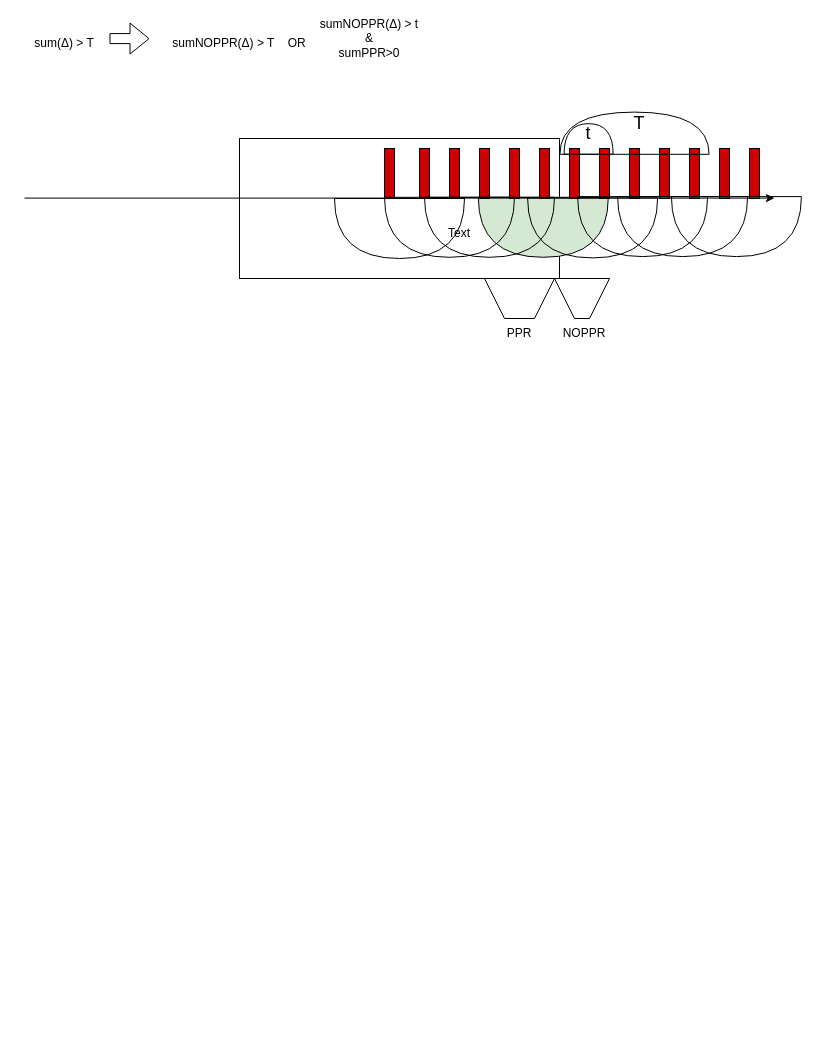
Before: page "Страница 3" (3 of 3) of PPR-NOPPR.drawio in qqmax7/test, a draw.io diagram. Source tidied: cells renumbered, new cells numbered last; positions are measured from the earlier drawing's top-left corner, leaving out a move shared by most shapes. Both pictures are drawn from the tidied source at 100%, with x=0, y=0 at pixel (19, 23).
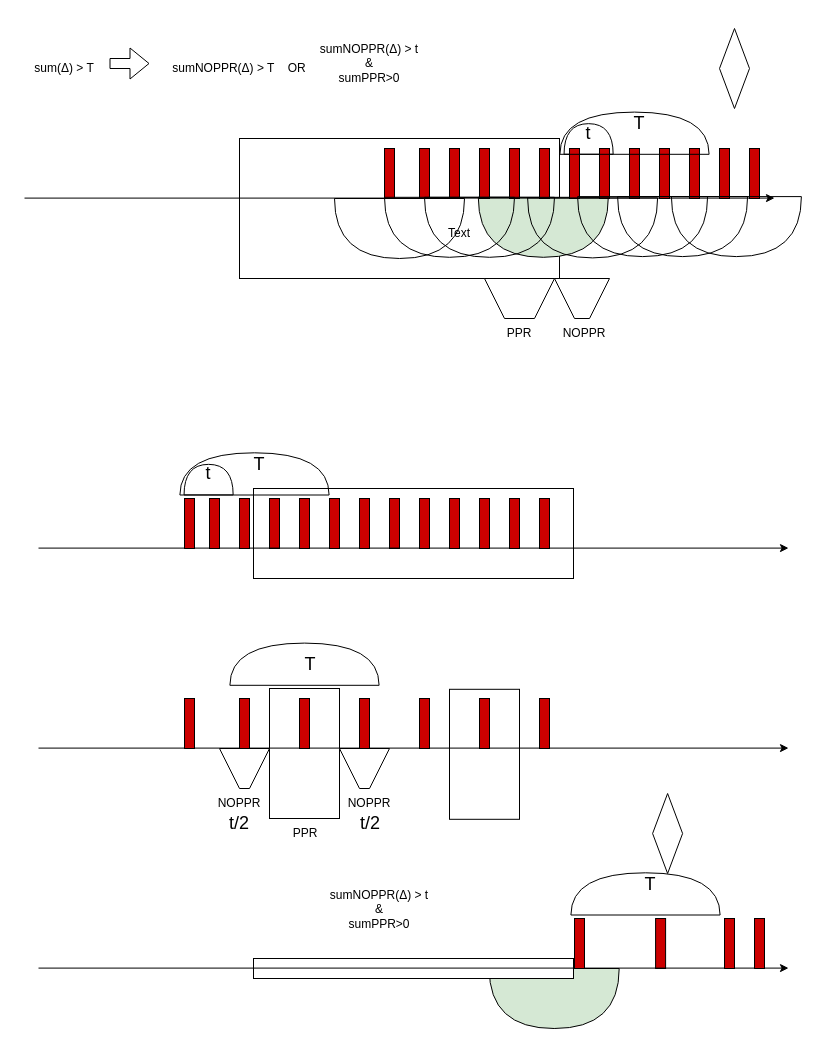
Above is the later version.

Diff of the diagram source:
```diff
@@
+    <mxCell id="38" style="rounded=0;whiteSpace=wrap;html=1;" parent="1" vertex="1">
+      <mxGeometry x="430" y="665.8" width="70" height="130" as="geometry" />
+    </mxCell>
+    <mxCell id="39" style="shape=or;whiteSpace=wrap;html=1;rotation=90;fillColor=#D5E8D4;" parent="1" vertex="1">
+      <mxGeometry x="504.7" y="910" width="60" height="130" as="geometry" />
+    </mxCell>
+    <mxCell id="40" style="rounded=0;whiteSpace=wrap;html=1;" parent="1" vertex="1">
+      <mxGeometry x="250" y="665" width="70" height="130" as="geometry" />
+    </mxCell>
+    <mxCell id="41" style="rounded=0;whiteSpace=wrap;html=1;" parent="1" vertex="1">
+      <mxGeometry x="234" y="465" width="320" height="90" as="geometry" />
+    </mxCell>
@@
     <mxCell id="21" value="sum(Δ) &amp;gt; T" style="text;html=1;strokeColor=none;fillColor=none;align=center;verticalAlign=middle;whiteSpace=wrap;rounded=0;" parent="1" vertex="1">
-      <mxGeometry y="5.1" width="90" height="30" as="geometry" />
+      <mxGeometry y="30" width="90" height="30" as="geometry" />
     </mxCell>
     <mxCell id="22" style="shape=flexArrow;endArrow=classic;html=1;rounded=0;" parent="1" edge="1">
       <mxGeometry relative="1" as="geometry">
-        <mxPoint x="90" y="15.1" as="sourcePoint" />
-        <mxPoint x="130" y="15.1" as="targetPoint" />
+        <mxPoint x="90" y="40" as="sourcePoint" />
+        <mxPoint x="130" y="40" as="targetPoint" />
       </mxGeometry>
     </mxCell>
     <mxCell id="23" value="sumNOPPR(Δ) &amp;gt; t&lt;br&gt;&amp;amp;&lt;br&gt;sumPPR&amp;gt;0" style="text;html=1;strokeColor=none;fillColor=none;align=center;verticalAlign=middle;whiteSpace=wrap;rounded=0;" parent="1" vertex="1">
-      <mxGeometry x="270" y="0.1" width="160" height="30" as="geometry" />
+      <mxGeometry x="270" y="25" width="160" height="30" as="geometry" />
     </mxCell>
     <mxCell id="24" value="sumNOPPR(Δ) &amp;gt; T&amp;nbsp;&amp;nbsp;&amp;nbsp; OR" style="text;html=1;strokeColor=none;fillColor=none;align=center;verticalAlign=middle;whiteSpace=wrap;rounded=0;" parent="1" vertex="1">
-      <mxGeometry x="140" y="5.1" width="160" height="30" as="geometry" />
+      <mxGeometry x="140" y="30" width="160" height="30" as="geometry" />
     </mxCell>
@@
+    <mxCell id="42" style="rounded=0;whiteSpace=wrap;html=1;fillColor=#CC0000;" parent="1" vertex="1">
+      <mxGeometry x="370" y="475" width="10" height="50" as="geometry" />
+    </mxCell>
+    <mxCell id="43" style="rounded=0;whiteSpace=wrap;html=1;fillColor=#CC0000;" parent="1" vertex="1">
+      <mxGeometry x="250" y="475" width="10" height="50" as="geometry" />
+    </mxCell>
+    <mxCell id="44" style="endArrow=classic;html=1;rounded=0;" parent="1" edge="1">
+      <mxGeometry relative="1" as="geometry">
+        <mxPoint x="19" y="524.6" as="sourcePoint" />
+        <mxPoint x="769" y="524.6" as="targetPoint" />
+      </mxGeometry>
+    </mxCell>
+    <mxCell id="45" style="rounded=0;whiteSpace=wrap;html=1;fillColor=#CC0000;" parent="1" vertex="1">
+      <mxGeometry x="165" y="475" width="10" height="50" as="geometry" />
+    </mxCell>
+    <mxCell id="46" style="rounded=0;whiteSpace=wrap;html=1;fillColor=#CC0000;" parent="1" vertex="1">
+      <mxGeometry x="190" y="475" width="10" height="50" as="geometry" />
+    </mxCell>
+    <mxCell id="47" style="rounded=0;whiteSpace=wrap;html=1;fillColor=#CC0000;" parent="1" vertex="1">
+      <mxGeometry x="220" y="475" width="10" height="50" as="geometry" />
+    </mxCell>
+    <mxCell id="48" style="rounded=0;whiteSpace=wrap;html=1;fillColor=#CC0000;" parent="1" vertex="1">
+      <mxGeometry x="280" y="475" width="10" height="50" as="geometry" />
+    </mxCell>
+    <mxCell id="49" style="rounded=0;whiteSpace=wrap;html=1;fillColor=#CC0000;" parent="1" vertex="1">
+      <mxGeometry x="310" y="475" width="10" height="50" as="geometry" />
+    </mxCell>
+    <mxCell id="50" style="rounded=0;whiteSpace=wrap;html=1;fillColor=#CC0000;" parent="1" vertex="1">
+      <mxGeometry x="340" y="475" width="10" height="50" as="geometry" />
+    </mxCell>
+    <mxCell id="51" style="rounded=0;whiteSpace=wrap;html=1;fillColor=#CC0000;" parent="1" vertex="1">
+      <mxGeometry x="400" y="475" width="10" height="50" as="geometry" />
+    </mxCell>
+    <mxCell id="52" style="rounded=0;whiteSpace=wrap;html=1;fillColor=#CC0000;" parent="1" vertex="1">
+      <mxGeometry x="430" y="475" width="10" height="50" as="geometry" />
+    </mxCell>
+    <mxCell id="53" style="rounded=0;whiteSpace=wrap;html=1;fillColor=#CC0000;" parent="1" vertex="1">
+      <mxGeometry x="460" y="475" width="10" height="50" as="geometry" />
+    </mxCell>
+    <mxCell id="54" style="rounded=0;whiteSpace=wrap;html=1;fillColor=#CC0000;" parent="1" vertex="1">
+      <mxGeometry x="490" y="475" width="10" height="50" as="geometry" />
+    </mxCell>
+    <mxCell id="55" style="rounded=0;whiteSpace=wrap;html=1;fillColor=#CC0000;" parent="1" vertex="1">
+      <mxGeometry x="520" y="475" width="10" height="50" as="geometry" />
+    </mxCell>
+    <mxCell id="56" style="endArrow=classic;html=1;rounded=0;" parent="1" edge="1">
+      <mxGeometry relative="1" as="geometry">
+        <mxPoint x="19" y="724.6" as="sourcePoint" />
+        <mxPoint x="769" y="724.6" as="targetPoint" />
+      </mxGeometry>
+    </mxCell>
+    <mxCell id="57" style="rounded=0;whiteSpace=wrap;html=1;fillColor=#CC0000;" parent="1" vertex="1">
+      <mxGeometry x="165" y="675" width="10" height="50" as="geometry" />
+    </mxCell>
+    <mxCell id="58" style="rounded=0;whiteSpace=wrap;html=1;fillColor=#CC0000;" parent="1" vertex="1">
+      <mxGeometry x="220" y="675" width="10" height="50" as="geometry" />
+    </mxCell>
+    <mxCell id="59" style="rounded=0;whiteSpace=wrap;html=1;fillColor=#CC0000;" parent="1" vertex="1">
+      <mxGeometry x="280" y="675" width="10" height="50" as="geometry" />
+    </mxCell>
+    <mxCell id="60" style="rounded=0;whiteSpace=wrap;html=1;fillColor=#CC0000;" parent="1" vertex="1">
+      <mxGeometry x="340" y="675" width="10" height="50" as="geometry" />
+    </mxCell>
+    <mxCell id="61" style="rounded=0;whiteSpace=wrap;html=1;fillColor=#CC0000;" parent="1" vertex="1">
+      <mxGeometry x="400" y="675" width="10" height="50" as="geometry" />
+    </mxCell>
+    <mxCell id="62" style="rounded=0;whiteSpace=wrap;html=1;fillColor=#CC0000;" parent="1" vertex="1">
+      <mxGeometry x="460" y="675" width="10" height="50" as="geometry" />
+    </mxCell>
+    <mxCell id="63" style="rounded=0;whiteSpace=wrap;html=1;fillColor=#CC0000;" parent="1" vertex="1">
+      <mxGeometry x="520" y="675" width="10" height="50" as="geometry" />
+    </mxCell>
+    <mxCell id="64" value="&lt;font style=&quot;font-size: 18px;&quot;&gt;t/2&lt;/font&gt;" style="text;html=1;strokeColor=none;fillColor=none;align=center;verticalAlign=middle;whiteSpace=wrap;rounded=0;" parent="1" vertex="1">
+      <mxGeometry x="190" y="785" width="60" height="30" as="geometry" />
+    </mxCell>
+    <mxCell id="65" value="&lt;font style=&quot;font-size: 18px;&quot;&gt;t/2&lt;/font&gt;" style="text;html=1;strokeColor=none;fillColor=none;align=center;verticalAlign=middle;whiteSpace=wrap;rounded=0;" parent="1" vertex="1">
+      <mxGeometry x="320.9" y="785" width="60" height="30" as="geometry" />
+    </mxCell>
+    <mxCell id="66" style="rounded=0;whiteSpace=wrap;html=1;" parent="1" vertex="1">
+      <mxGeometry x="234" y="935" width="320" height="20" as="geometry" />
+    </mxCell>
+    <mxCell id="67" style="rounded=0;whiteSpace=wrap;html=1;fillColor=#CC0000;" parent="1" vertex="1">
+      <mxGeometry x="636.1" y="895" width="10" height="50" as="geometry" />
+    </mxCell>
+    <mxCell id="68" style="endArrow=classic;html=1;rounded=0;" parent="1" edge="1">
+      <mxGeometry relative="1" as="geometry">
+        <mxPoint x="19" y="944.6" as="sourcePoint" />
+        <mxPoint x="769" y="944.6" as="targetPoint" />
+      </mxGeometry>
+    </mxCell>
+    <mxCell id="69" style="rounded=0;whiteSpace=wrap;html=1;fillColor=#CC0000;" parent="1" vertex="1">
+      <mxGeometry x="555" y="895" width="10" height="50" as="geometry" />
+    </mxCell>
+    <mxCell id="70" style="rounded=0;whiteSpace=wrap;html=1;fillColor=#CC0000;" parent="1" vertex="1">
+      <mxGeometry x="705" y="895" width="10" height="50" as="geometry" />
+    </mxCell>
+    <mxCell id="71" style="rounded=0;whiteSpace=wrap;html=1;fillColor=#CC0000;" parent="1" vertex="1">
+      <mxGeometry x="735" y="895" width="10" height="50" as="geometry" />
+    </mxCell>
+    <mxCell id="72" style="shape=or;whiteSpace=wrap;html=1;rotation=-90;fillColor=none;" parent="1" vertex="1">
+      <mxGeometry x="173.8" y="431.6" width="30.6" height="49.1" as="geometry" />
+    </mxCell>
+    <mxCell id="73" value="&lt;font style=&quot;font-size: 18px;&quot;&gt;t&lt;/font&gt;" style="text;html=1;strokeColor=none;fillColor=none;align=center;verticalAlign=middle;whiteSpace=wrap;rounded=0;" parent="1" vertex="1">
+      <mxGeometry x="159.1" y="435.4" width="60" height="30" as="geometry" />
+    </mxCell>
+    <mxCell id="74" value="&lt;font style=&quot;font-size: 18px;&quot;&gt;T&lt;/font&gt;" style="text;html=1;strokeColor=none;fillColor=none;align=center;verticalAlign=middle;whiteSpace=wrap;rounded=0;" parent="1" vertex="1">
+      <mxGeometry x="210" y="425.7" width="60" height="30" as="geometry" />
+    </mxCell>
+    <mxCell id="75" style="shape=or;whiteSpace=wrap;html=1;rotation=-90;fillColor=none;" parent="1" vertex="1">
+      <mxGeometry x="213.9" y="375.8" width="42.2" height="149.2" as="geometry" />
+    </mxCell>
+    <mxCell id="76" value="&lt;font style=&quot;font-size: 18px;&quot;&gt;T&lt;/font&gt;" style="text;html=1;strokeColor=none;fillColor=none;align=center;verticalAlign=middle;whiteSpace=wrap;rounded=0;" parent="1" vertex="1">
+      <mxGeometry x="260.9" y="625.7" width="60" height="30" as="geometry" />
+    </mxCell>
+    <mxCell id="77" style="shape=or;whiteSpace=wrap;html=1;rotation=-90;fillColor=none;" parent="1" vertex="1">
+      <mxGeometry x="263.9" y="566.1" width="42.2" height="149.2" as="geometry" />
+    </mxCell>
+    <mxCell id="78" style="shape=trapezoid;perimeter=trapezoidPerimeter;whiteSpace=wrap;html=1;fixedSize=1;rotation=-180;" parent="1" vertex="1">
+      <mxGeometry x="200" y="725" width="50" height="40" as="geometry" />
+    </mxCell>
+    <mxCell id="79" style="shape=trapezoid;perimeter=trapezoidPerimeter;whiteSpace=wrap;html=1;fixedSize=1;rotation=-180;" parent="1" vertex="1">
+      <mxGeometry x="320" y="725" width="50" height="40" as="geometry" />
+    </mxCell>
+    <mxCell id="80" value="NOPPR" style="text;html=1;strokeColor=none;fillColor=none;align=center;verticalAlign=middle;whiteSpace=wrap;rounded=0;" parent="1" vertex="1">
+      <mxGeometry x="320" y="765" width="60" height="30" as="geometry" />
+    </mxCell>
+    <mxCell id="81" value="PPR" style="text;html=1;strokeColor=none;fillColor=none;align=center;verticalAlign=middle;whiteSpace=wrap;rounded=0;" parent="1" vertex="1">
+      <mxGeometry x="256.1" y="795" width="60" height="30" as="geometry" />
+    </mxCell>
+    <mxCell id="82" value="NOPPR" style="text;html=1;strokeColor=none;fillColor=none;align=center;verticalAlign=middle;whiteSpace=wrap;rounded=0;" parent="1" vertex="1">
+      <mxGeometry x="190" y="765" width="60" height="30" as="geometry" />
+    </mxCell>
+    <mxCell id="83" value="&lt;font style=&quot;font-size: 18px;&quot;&gt;T&lt;/font&gt;" style="text;html=1;strokeColor=none;fillColor=none;align=center;verticalAlign=middle;whiteSpace=wrap;rounded=0;" parent="1" vertex="1">
+      <mxGeometry x="600.9" y="845.7" width="60" height="30" as="geometry" />
+    </mxCell>
+    <mxCell id="84" style="shape=or;whiteSpace=wrap;html=1;rotation=-90;fillColor=none;" parent="1" vertex="1">
+      <mxGeometry x="604.9" y="795.8" width="42.2" height="149.2" as="geometry" />
+    </mxCell>
+    <mxCell id="85" style="rhombus;whiteSpace=wrap;html=1;" parent="1" vertex="1">
+      <mxGeometry x="700" y="5" width="30" height="80" as="geometry" />
+    </mxCell>
+    <mxCell id="86" style="rhombus;whiteSpace=wrap;html=1;" parent="1" vertex="1">
+      <mxGeometry x="633.1" y="770" width="30" height="80" as="geometry" />
+    </mxCell>
+    <mxCell id="87" value="sumNOPPR(Δ) &amp;gt; t&lt;br&gt;&amp;amp;&lt;br&gt;sumPPR&amp;gt;0" style="text;html=1;strokeColor=none;fillColor=none;align=center;verticalAlign=middle;whiteSpace=wrap;rounded=0;" parent="1" vertex="1">
+      <mxGeometry x="280" y="870.7" width="160" height="30" as="geometry" />
+    </mxCell>
```
